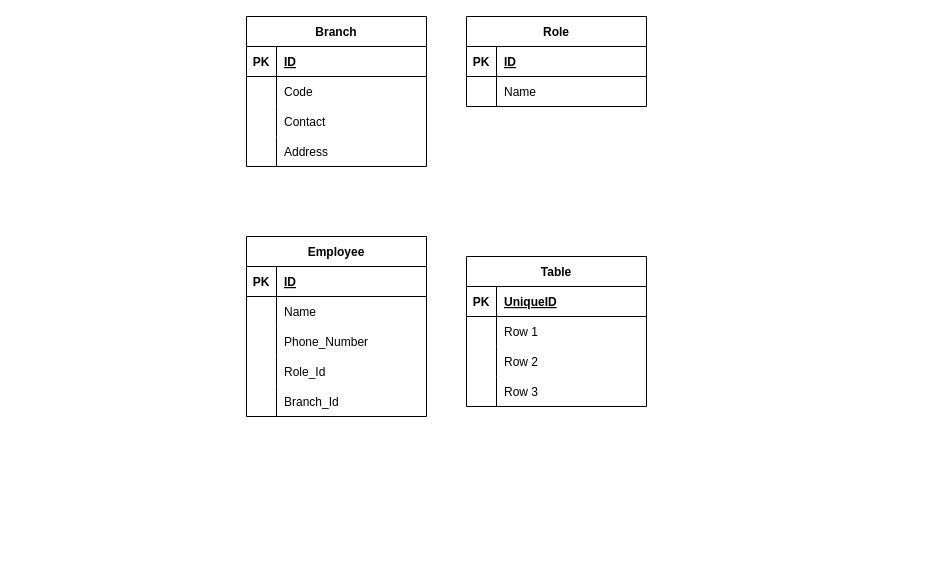
anaslaham/AlanWalker keeps this draw.io diagram as page "Page-4" (4 of 4) of SVU hw.drawio. Above is the earlier version. Source tidied: cells renumbered, new cells numbered last; positions are measured from the earlier drawing's top-left corner, leaving out a move shared by most shapes. Both pictures are drawn from the tidied source at 100%, with x=0, y=0 at pixel (246, 16).
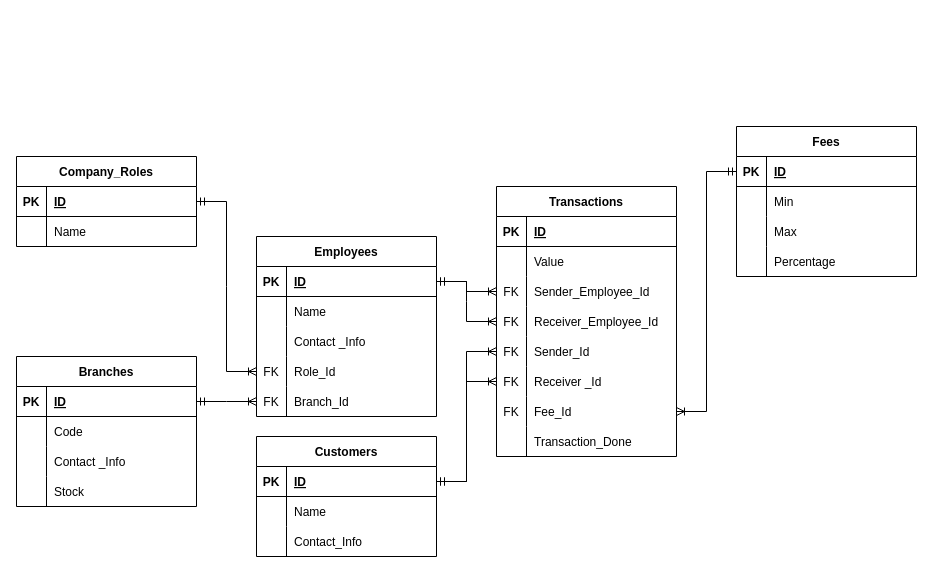
The same diagram, later.

The change refers to these unchanged cells:
```xml
<mxCell id="3" style="shape=tableRow;horizontal=0;startSize=0;swimlaneHead=0;swimlaneBody=0;fillColor=none;points=[[0,0.5],[1,0.5]];portConstraint=eastwest;top=0;left=0;right=0;bottom=1;" parent="2" vertex="1">
  <mxGeometry y="30" width="180" height="30" as="geometry" />
</mxCell>
<mxCell id="9" style="shape=tableRow;horizontal=0;startSize=0;swimlaneHead=0;swimlaneBody=0;fillColor=none;top=0;left=0;right=0;bottom=0;" parent="2" vertex="1">
  <mxGeometry y="90" width="180" height="30" as="geometry" />
</mxCell>
<mxCell id="16" style="shape=tableRow;horizontal=0;startSize=0;swimlaneHead=0;swimlaneBody=0;fillColor=none;points=[[0,0.5],[1,0.5]];portConstraint=eastwest;top=0;left=0;right=0;bottom=1;" parent="15" vertex="1">
  <mxGeometry y="30" width="180" height="30" as="geometry" />
</mxCell>
<mxCell id="22" style="shape=tableRow;horizontal=0;startSize=0;swimlaneHead=0;swimlaneBody=0;fillColor=none;top=0;left=0;right=0;bottom=0;" parent="15" vertex="1">
  <mxGeometry y="90" width="180" height="30" as="geometry" />
</mxCell>
<mxCell id="25" style="shape=tableRow;horizontal=0;startSize=0;swimlaneHead=0;swimlaneBody=0;fillColor=none;points=[[0,0.5],[1,0.5]];portConstraint=eastwest;top=0;left=0;right=0;bottom=0;" parent="15" vertex="1">
  <mxGeometry y="120" width="180" height="30" as="geometry" />
</mxCell>
<mxCell id="28" style="shape=tableRow;horizontal=0;startSize=0;swimlaneHead=0;swimlaneBody=0;fillColor=none;points=[[0,0.5],[1,0.5]];portConstraint=eastwest;top=0;left=0;right=0;bottom=0;" parent="15" vertex="1">
  <mxGeometry y="150" width="180" height="30" as="geometry" />
</mxCell>
<mxCell id="32" style="shape=tableRow;horizontal=0;startSize=0;swimlaneHead=0;swimlaneBody=0;fillColor=none;points=[[0,0.5],[1,0.5]];portConstraint=eastwest;top=0;left=0;right=0;bottom=1;" parent="31" vertex="1">
  <mxGeometry y="30" width="180" height="30" as="geometry" />
</mxCell>
<mxCell id="39" style="shape=tableRow;horizontal=0;startSize=0;swimlaneHead=0;swimlaneBody=0;fillColor=none;points=[[0,0.5],[1,0.5]];portConstraint=eastwest;top=0;left=0;right=0;bottom=1;" parent="38" vertex="1">
  <mxGeometry y="30" width="180" height="30" as="geometry" />
</mxCell>
<mxCell id="42" style="shape=tableRow;horizontal=0;startSize=0;swimlaneHead=0;swimlaneBody=0;fillColor=none;top=0;left=0;right=0;bottom=0;" parent="38" vertex="1">
  <mxGeometry y="60" width="180" height="30" as="geometry" />
</mxCell>
<mxCell id="45" style="shape=tableRow;horizontal=0;startSize=0;swimlaneHead=0;swimlaneBody=0;fillColor=none;top=0;left=0;right=0;bottom=0;" parent="38" vertex="1">
  <mxGeometry y="90" width="180" height="30" as="geometry" />
</mxCell>
```

The edit, as a diff of the source:
```diff
@@
-    <mxCell id="2" value="Branch" style="shape=table;startSize=30;childLayout=tableLayout;rowLines=0;fontStyle=1;align=center;" parent="1" vertex="1">
-      <mxGeometry width="180" height="150" as="geometry" />
+    <mxCell id="2" value="Branches" style="shape=table;startSize=30;childLayout=tableLayout;rowLines=0;fontStyle=1;align=center;" parent="1" vertex="1">
+      <mxGeometry x="-230" y="340" width="180" height="150" as="geometry" />
     </mxCell>
@@
-    <mxCell id="11" value="Contact " style="shape=partialRectangle;fillColor=none;top=0;left=0;bottom=0;right=0;align=left;spacingLeft=6;overflow=hidden;" parent="9" vertex="1">
+    <mxCell id="11" value="Contact _Info" style="shape=partialRectangle;fillColor=none;top=0;left=0;bottom=0;right=0;align=left;spacingLeft=6;overflow=hidden;" parent="9" vertex="1">
       <mxGeometry x="30" width="150" height="30" as="geometry" />
     </mxCell>
-    <mxCell id="12" style="shape=tableRow;horizontal=0;startSize=0;swimlaneHead=0;swimlaneBody=0;fillColor=none;top=0;left=0;right=0;bottom=0;" parent="2" vertex="1">
-      <mxGeometry y="120" width="180" height="30" as="geometry" />
-    </mxCell>
-    <mxCell id="13" style="shape=partialRectangle;fillColor=none;top=0;left=0;bottom=0;right=0;overflow=hidden;" parent="12" vertex="1">
-      <mxGeometry width="30" height="30" as="geometry" />
-    </mxCell>
-    <mxCell id="14" value="Address" style="shape=partialRectangle;fillColor=none;top=0;left=0;bottom=0;right=0;align=left;spacingLeft=6;overflow=hidden;" parent="12" vertex="1">
-      <mxGeometry x="30" width="150" height="30" as="geometry" />
-    </mxCell>
+    <mxCell id="51" style="shape=tableRow;horizontal=0;startSize=0;swimlaneHead=0;swimlaneBody=0;fillColor=none;top=0;left=0;right=0;bottom=0;" parent="2" vertex="1">
+      <mxGeometry y="120" width="180" height="30" as="geometry" />
+    </mxCell>
+    <mxCell id="52" style="shape=partialRectangle;fillColor=none;top=0;left=0;bottom=0;right=0;overflow=hidden;" parent="51" vertex="1">
+      <mxGeometry width="30" height="30" as="geometry" />
+    </mxCell>
+    <mxCell id="53" value="Stock" style="shape=partialRectangle;fillColor=none;top=0;left=0;bottom=0;right=0;align=left;spacingLeft=6;overflow=hidden;" parent="51" vertex="1">
+      <mxGeometry x="30" width="150" height="30" as="geometry" />
+    </mxCell>
-    <mxCell id="15" value="Employee" style="shape=table;startSize=30;childLayout=tableLayout;rowLines=0;fontStyle=1;align=center;" parent="1" vertex="1">
-      <mxGeometry y="220" width="180" height="180" as="geometry" />
+    <mxCell id="15" value="Employees" style="shape=table;startSize=30;childLayout=tableLayout;rowLines=0;fontStyle=1;align=center;" parent="1" vertex="1">
+      <mxGeometry x="10" y="220" width="180" height="180" as="geometry" />
     </mxCell>
@@
-    <mxCell id="24" value="Phone_Number" style="shape=partialRectangle;fillColor=none;top=0;left=0;bottom=0;right=0;align=left;spacingLeft=6;overflow=hidden;" parent="22" vertex="1">
+    <mxCell id="24" value="Contact _Info" style="shape=partialRectangle;fillColor=none;top=0;left=0;bottom=0;right=0;align=left;spacingLeft=6;overflow=hidden;" parent="22" vertex="1">
       <mxGeometry x="30" width="150" height="30" as="geometry" />
     </mxCell>
@@
-    <mxCell id="26" style="shape=partialRectangle;fillColor=none;top=0;left=0;bottom=0;right=0;overflow=hidden;" parent="25" vertex="1">
+    <mxCell id="26" value="FK" style="shape=partialRectangle;fillColor=none;top=0;left=0;bottom=0;right=0;overflow=hidden;" parent="25" vertex="1">
       <mxGeometry width="30" height="30" as="geometry" />
     </mxCell>
@@
-    <mxCell id="29" style="shape=partialRectangle;fillColor=none;top=0;left=0;bottom=0;right=0;overflow=hidden;" parent="28" vertex="1">
+    <mxCell id="29" value="FK" style="shape=partialRectangle;fillColor=none;top=0;left=0;bottom=0;right=0;overflow=hidden;" parent="28" vertex="1">
       <mxGeometry width="30" height="30" as="geometry" />
     </mxCell>
@@
-    <mxCell id="31" value="Role" style="shape=table;startSize=30;childLayout=tableLayout;rowLines=0;fontStyle=1;align=center;" parent="1" vertex="1">
-      <mxGeometry x="220" width="180" height="90" as="geometry" />
+    <mxCell id="31" value="Company_Roles" style="shape=table;startSize=30;childLayout=tableLayout;rowLines=0;fontStyle=1;align=center;" parent="1" vertex="1">
+      <mxGeometry x="-230" y="140" width="180" height="90" as="geometry" />
     </mxCell>
@@
-    <mxCell id="38" value="Table" style="shape=table;startSize=30;childLayout=tableLayout;rowLines=0;fontStyle=1;align=center;" parent="1" vertex="1">
-      <mxGeometry x="220" y="240" width="180" height="150" as="geometry" />
+    <mxCell id="38" value="Customers" style="shape=table;startSize=30;childLayout=tableLayout;rowLines=0;fontStyle=1;align=center;" parent="1" vertex="1">
+      <mxGeometry x="10" y="420" width="180" height="120" as="geometry" />
     </mxCell>
@@
-    <mxCell id="41" value="UniqueID" style="shape=partialRectangle;fillColor=none;top=0;left=0;bottom=0;right=0;align=left;spacingLeft=6;fontStyle=5;overflow=hidden;" parent="39" vertex="1">
+    <mxCell id="41" value="ID" style="shape=partialRectangle;fillColor=none;top=0;left=0;bottom=0;right=0;align=left;spacingLeft=6;fontStyle=5;overflow=hidden;" parent="39" vertex="1">
       <mxGeometry x="30" width="150" height="30" as="geometry" />
     </mxCell>
@@
-    <mxCell id="44" value="Row 1" style="shape=partialRectangle;fillColor=none;top=0;left=0;bottom=0;right=0;align=left;spacingLeft=6;overflow=hidden;" parent="42" vertex="1">
+    <mxCell id="44" value="Name" style="shape=partialRectangle;fillColor=none;top=0;left=0;bottom=0;right=0;align=left;spacingLeft=6;overflow=hidden;" parent="42" vertex="1">
       <mxGeometry x="30" width="150" height="30" as="geometry" />
     </mxCell>
@@
-    <mxCell id="47" value="Row 2" style="shape=partialRectangle;fillColor=none;top=0;left=0;bottom=0;right=0;align=left;spacingLeft=6;overflow=hidden;" parent="45" vertex="1">
+    <mxCell id="47" value="Contact_Info" style="shape=partialRectangle;fillColor=none;top=0;left=0;bottom=0;right=0;align=left;spacingLeft=6;overflow=hidden;" parent="45" vertex="1">
       <mxGeometry x="30" width="150" height="30" as="geometry" />
     </mxCell>
-    <mxCell id="48" style="shape=tableRow;horizontal=0;startSize=0;swimlaneHead=0;swimlaneBody=0;fillColor=none;top=0;left=0;right=0;bottom=0;" parent="38" vertex="1">
-      <mxGeometry y="120" width="180" height="30" as="geometry" />
-    </mxCell>
-    <mxCell id="49" style="shape=partialRectangle;fillColor=none;top=0;left=0;bottom=0;right=0;overflow=hidden;" parent="48" vertex="1">
-      <mxGeometry width="30" height="30" as="geometry" />
-    </mxCell>
-    <mxCell id="50" value="Row 3" style="shape=partialRectangle;fillColor=none;top=0;left=0;bottom=0;right=0;align=left;spacingLeft=6;overflow=hidden;" parent="48" vertex="1">
-      <mxGeometry x="30" width="150" height="30" as="geometry" />
-    </mxCell>
+    <mxCell id="54" value="Transactions" style="shape=table;startSize=30;childLayout=tableLayout;rowLines=0;fontStyle=1;align=center;" parent="1" vertex="1">
+      <mxGeometry x="250" y="170" width="180" height="270" as="geometry" />
+    </mxCell>
+    <mxCell id="55" style="shape=tableRow;horizontal=0;startSize=0;swimlaneHead=0;swimlaneBody=0;fillColor=none;top=0;left=0;right=0;bottom=1;" parent="54" vertex="1">
+      <mxGeometry y="30" width="180" height="30" as="geometry" />
+    </mxCell>
+    <mxCell id="56" value="PK" style="shape=partialRectangle;fillColor=none;top=0;left=0;bottom=0;right=0;fontStyle=1;overflow=hidden;" parent="55" vertex="1">
+      <mxGeometry width="30" height="30" as="geometry" />
+    </mxCell>
+    <mxCell id="57" value="ID" style="shape=partialRectangle;fillColor=none;top=0;left=0;bottom=0;right=0;align=left;spacingLeft=6;fontStyle=5;overflow=hidden;" parent="55" vertex="1">
+      <mxGeometry x="30" width="150" height="30" as="geometry" />
+    </mxCell>
+    <mxCell id="58" style="shape=tableRow;horizontal=0;startSize=0;swimlaneHead=0;swimlaneBody=0;fillColor=none;top=0;left=0;right=0;bottom=0;" parent="54" vertex="1">
+      <mxGeometry y="60" width="180" height="30" as="geometry" />
+    </mxCell>
+    <mxCell id="59" style="shape=partialRectangle;fillColor=none;top=0;left=0;bottom=0;right=0;overflow=hidden;" parent="58" vertex="1">
+      <mxGeometry width="30" height="30" as="geometry" />
+    </mxCell>
+    <mxCell id="60" value="Value" style="shape=partialRectangle;fillColor=none;top=0;left=0;bottom=0;right=0;align=left;spacingLeft=6;overflow=hidden;" parent="58" vertex="1">
+      <mxGeometry x="30" width="150" height="30" as="geometry" />
+    </mxCell>
+    <mxCell id="61" style="shape=tableRow;horizontal=0;startSize=0;swimlaneHead=0;swimlaneBody=0;fillColor=none;points=[[0,0.5],[1,0.5]];portConstraint=eastwest;top=0;left=0;right=0;bottom=0;" parent="54" vertex="1">
+      <mxGeometry y="90" width="180" height="30" as="geometry" />
+    </mxCell>
+    <mxCell id="62" value="FK" style="shape=partialRectangle;fillColor=none;top=0;left=0;bottom=0;right=0;overflow=hidden;" parent="61" vertex="1">
+      <mxGeometry width="30" height="30" as="geometry" />
+    </mxCell>
+    <mxCell id="63" value="Sender_Employee_Id" style="shape=partialRectangle;fillColor=none;top=0;left=0;bottom=0;right=0;align=left;spacingLeft=6;overflow=hidden;" parent="61" vertex="1">
+      <mxGeometry x="30" width="150" height="30" as="geometry" />
+    </mxCell>
+    <mxCell id="64" style="shape=tableRow;horizontal=0;startSize=0;swimlaneHead=0;swimlaneBody=0;fillColor=none;points=[[0,0.5],[1,0.5]];portConstraint=eastwest;top=0;left=0;right=0;bottom=0;" parent="54" vertex="1">
+      <mxGeometry y="120" width="180" height="30" as="geometry" />
+    </mxCell>
+    <mxCell id="65" value="FK" style="shape=partialRectangle;fillColor=none;top=0;left=0;bottom=0;right=0;overflow=hidden;" parent="64" vertex="1">
+      <mxGeometry width="30" height="30" as="geometry" />
+    </mxCell>
+    <mxCell id="66" value="Receiver_Employee_Id" style="shape=partialRectangle;fillColor=none;top=0;left=0;bottom=0;right=0;align=left;spacingLeft=6;overflow=hidden;" parent="64" vertex="1">
+      <mxGeometry x="30" width="150" height="30" as="geometry" />
+    </mxCell>
+    <mxCell id="67" style="shape=tableRow;horizontal=0;startSize=0;swimlaneHead=0;swimlaneBody=0;fillColor=none;points=[[0,0.5],[1,0.5]];portConstraint=eastwest;top=0;left=0;right=0;bottom=0;" parent="54" vertex="1">
+      <mxGeometry y="150" width="180" height="30" as="geometry" />
+    </mxCell>
+    <mxCell id="68" value="FK" style="shape=partialRectangle;fillColor=none;top=0;left=0;bottom=0;right=0;overflow=hidden;" parent="67" vertex="1">
+      <mxGeometry width="30" height="30" as="geometry" />
+    </mxCell>
+    <mxCell id="69" value="Sender_Id" style="shape=partialRectangle;fillColor=none;top=0;left=0;bottom=0;right=0;align=left;spacingLeft=6;overflow=hidden;" parent="67" vertex="1">
+      <mxGeometry x="30" width="150" height="30" as="geometry" />
+    </mxCell>
+    <mxCell id="70" style="shape=tableRow;horizontal=0;startSize=0;swimlaneHead=0;swimlaneBody=0;fillColor=none;points=[[0,0.5],[1,0.5]];portConstraint=eastwest;top=0;left=0;right=0;bottom=0;" parent="54" vertex="1">
+      <mxGeometry y="180" width="180" height="30" as="geometry" />
+    </mxCell>
+    <mxCell id="71" value="FK" style="shape=partialRectangle;fillColor=none;top=0;left=0;bottom=0;right=0;overflow=hidden;" parent="70" vertex="1">
+      <mxGeometry width="30" height="30" as="geometry" />
+    </mxCell>
+    <mxCell id="72" value="Receiver _Id" style="shape=partialRectangle;fillColor=none;top=0;left=0;bottom=0;right=0;align=left;spacingLeft=6;overflow=hidden;" parent="70" vertex="1">
+      <mxGeometry x="30" width="150" height="30" as="geometry" />
+    </mxCell>
+    <mxCell id="73" style="shape=tableRow;horizontal=0;startSize=0;swimlaneHead=0;swimlaneBody=0;fillColor=none;points=[[0,0.5],[1,0.5]];portConstraint=eastwest;top=0;left=0;right=0;bottom=0;" parent="54" vertex="1">
+      <mxGeometry y="210" width="180" height="30" as="geometry" />
+    </mxCell>
+    <mxCell id="74" value="FK" style="shape=partialRectangle;fillColor=none;top=0;left=0;bottom=0;right=0;overflow=hidden;" parent="73" vertex="1">
+      <mxGeometry width="30" height="30" as="geometry" />
+    </mxCell>
+    <mxCell id="75" value="Fee_Id" style="shape=partialRectangle;fillColor=none;top=0;left=0;bottom=0;right=0;align=left;spacingLeft=6;overflow=hidden;" parent="73" vertex="1">
+      <mxGeometry x="30" width="150" height="30" as="geometry" />
+    </mxCell>
+    <mxCell id="76" style="shape=tableRow;horizontal=0;startSize=0;swimlaneHead=0;swimlaneBody=0;fillColor=none;top=0;left=0;right=0;bottom=0;" parent="54" vertex="1">
+      <mxGeometry y="240" width="180" height="30" as="geometry" />
+    </mxCell>
+    <mxCell id="77" style="shape=partialRectangle;fillColor=none;top=0;left=0;bottom=0;right=0;overflow=hidden;" parent="76" vertex="1">
+      <mxGeometry width="30" height="30" as="geometry" />
+    </mxCell>
+    <mxCell id="78" value="Transaction_Done" style="shape=partialRectangle;fillColor=none;top=0;left=0;bottom=0;right=0;align=left;spacingLeft=6;overflow=hidden;" parent="76" vertex="1">
+      <mxGeometry x="30" width="150" height="30" as="geometry" />
+    </mxCell>
+    <mxCell id="79" value="Fees" style="shape=table;startSize=30;childLayout=tableLayout;rowLines=0;fontStyle=1;align=center;" parent="1" vertex="1">
+      <mxGeometry x="490" y="110" width="180" height="150" as="geometry" />
+    </mxCell>
+    <mxCell id="80" style="shape=tableRow;horizontal=0;startSize=0;swimlaneHead=0;swimlaneBody=0;fillColor=none;points=[[0,0.5],[1,0.5]];portConstraint=eastwest;top=0;left=0;right=0;bottom=1;" parent="79" vertex="1">
+      <mxGeometry y="30" width="180" height="30" as="geometry" />
+    </mxCell>
+    <mxCell id="81" value="PK" style="shape=partialRectangle;fillColor=none;top=0;left=0;bottom=0;right=0;fontStyle=1;overflow=hidden;" parent="80" vertex="1">
+      <mxGeometry width="30" height="30" as="geometry" />
+    </mxCell>
+    <mxCell id="82" value="ID" style="shape=partialRectangle;fillColor=none;top=0;left=0;bottom=0;right=0;align=left;spacingLeft=6;fontStyle=5;overflow=hidden;" parent="80" vertex="1">
+      <mxGeometry x="30" width="150" height="30" as="geometry" />
+    </mxCell>
+    <mxCell id="83" style="shape=tableRow;horizontal=0;startSize=0;swimlaneHead=0;swimlaneBody=0;fillColor=none;top=0;left=0;right=0;bottom=0;" parent="79" vertex="1">
+      <mxGeometry y="60" width="180" height="30" as="geometry" />
+    </mxCell>
+    <mxCell id="84" style="shape=partialRectangle;fillColor=none;top=0;left=0;bottom=0;right=0;overflow=hidden;" parent="83" vertex="1">
+      <mxGeometry width="30" height="30" as="geometry" />
+    </mxCell>
+    <mxCell id="85" value="Min" style="shape=partialRectangle;fillColor=none;top=0;left=0;bottom=0;right=0;align=left;spacingLeft=6;overflow=hidden;" parent="83" vertex="1">
+      <mxGeometry x="30" width="150" height="30" as="geometry" />
+    </mxCell>
+    <mxCell id="86" style="shape=tableRow;horizontal=0;startSize=0;swimlaneHead=0;swimlaneBody=0;fillColor=none;top=0;left=0;right=0;bottom=0;" parent="79" vertex="1">
+      <mxGeometry y="90" width="180" height="30" as="geometry" />
+    </mxCell>
+    <mxCell id="87" style="shape=partialRectangle;fillColor=none;top=0;left=0;bottom=0;right=0;overflow=hidden;" parent="86" vertex="1">
+      <mxGeometry width="30" height="30" as="geometry" />
+    </mxCell>
+    <mxCell id="88" value="Max" style="shape=partialRectangle;fillColor=none;top=0;left=0;bottom=0;right=0;align=left;spacingLeft=6;overflow=hidden;" parent="86" vertex="1">
+      <mxGeometry x="30" width="150" height="30" as="geometry" />
+    </mxCell>
+    <mxCell id="89" style="shape=tableRow;horizontal=0;startSize=0;swimlaneHead=0;swimlaneBody=0;fillColor=none;top=0;left=0;right=0;bottom=0;" parent="79" vertex="1">
+      <mxGeometry y="120" width="180" height="30" as="geometry" />
+    </mxCell>
+    <mxCell id="90" style="shape=partialRectangle;fillColor=none;top=0;left=0;bottom=0;right=0;overflow=hidden;" parent="89" vertex="1">
+      <mxGeometry width="30" height="30" as="geometry" />
+    </mxCell>
+    <mxCell id="91" value="Percentage" style="shape=partialRectangle;fillColor=none;top=0;left=0;bottom=0;right=0;align=left;spacingLeft=6;overflow=hidden;" parent="89" vertex="1">
+      <mxGeometry x="30" width="150" height="30" as="geometry" />
+    </mxCell>
+    <mxCell id="92" style="edgeStyle=entityRelationEdgeStyle;fontSize=12;html=1;endArrow=ERoneToMany;startArrow=ERmandOne;rounded=0;entryX=0;entryY=0.5;entryDx=0;entryDy=0;exitX=1;exitY=0.5;exitDx=0;exitDy=0;" parent="1" edge="1" source="32" target="25">
+      <mxGeometry relative="1" as="geometry" />
+    </mxCell>
+    <mxCell id="93" style="edgeStyle=entityRelationEdgeStyle;fontSize=12;html=1;endArrow=ERoneToMany;startArrow=ERmandOne;rounded=0;entryX=0;entryY=0.5;entryDx=0;entryDy=0;" parent="1" edge="1" source="3" target="28">
+      <mxGeometry relative="1" as="geometry" />
+    </mxCell>
+    <mxCell id="94" style="edgeStyle=entityRelationEdgeStyle;fontSize=12;html=1;endArrow=ERoneToMany;startArrow=ERmandOne;rounded=0;entryX=0;entryY=0.5;entryDx=0;entryDy=0;" parent="1" edge="1" source="39" target="67">
+      <mxGeometry relative="1" as="geometry" />
+    </mxCell>
+    <mxCell id="95" style="edgeStyle=entityRelationEdgeStyle;fontSize=12;html=1;endArrow=ERoneToMany;startArrow=ERmandOne;rounded=0;entryX=0;entryY=0.5;entryDx=0;entryDy=0;exitX=1;exitY=0.5;exitDx=0;exitDy=0;" parent="1" edge="1" source="39" target="70">
+      <mxGeometry relative="1" as="geometry" />
+    </mxCell>
+    <mxCell id="96" style="edgeStyle=entityRelationEdgeStyle;fontSize=12;html=1;endArrow=ERoneToMany;startArrow=ERmandOne;rounded=0;exitX=0;exitY=0.5;exitDx=0;exitDy=0;" parent="1" edge="1" source="80" target="73">
+      <mxGeometry relative="1" as="geometry" />
+    </mxCell>
+    <mxCell id="97" style="edgeStyle=entityRelationEdgeStyle;fontSize=12;html=1;endArrow=ERoneToMany;startArrow=ERmandOne;rounded=0;entryX=0;entryY=0.5;entryDx=0;entryDy=0;" parent="1" edge="1" source="16" target="61">
+      <mxGeometry relative="1" as="geometry" />
+    </mxCell>
+    <mxCell id="98" style="edgeStyle=entityRelationEdgeStyle;fontSize=12;html=1;endArrow=ERoneToMany;startArrow=ERmandOne;rounded=0;entryX=0;entryY=0.5;entryDx=0;entryDy=0;exitX=1;exitY=0.5;exitDx=0;exitDy=0;" parent="1" edge="1" source="16" target="64">
+      <mxGeometry relative="1" as="geometry" />
+    </mxCell>
```
